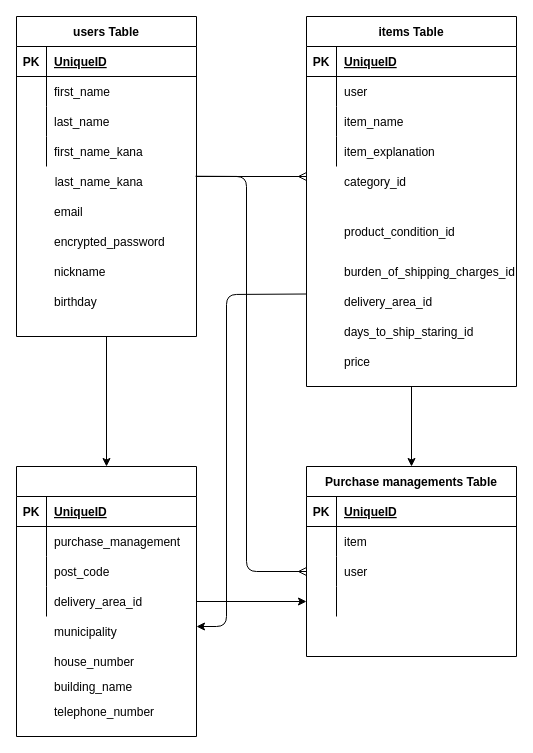
ManomeYuya/furima-37532 keeps this draw.io diagram as furima.dio. Above is the earlier version. Source tidied: cells renumbered, new cells numbered last; positions are measured from the earlier drawing's top-left corner, leaving out a move shared by most shapes. Both pictures are drawn from the tidied source at 100%, with x=0, y=0 at pixel (16, 16).
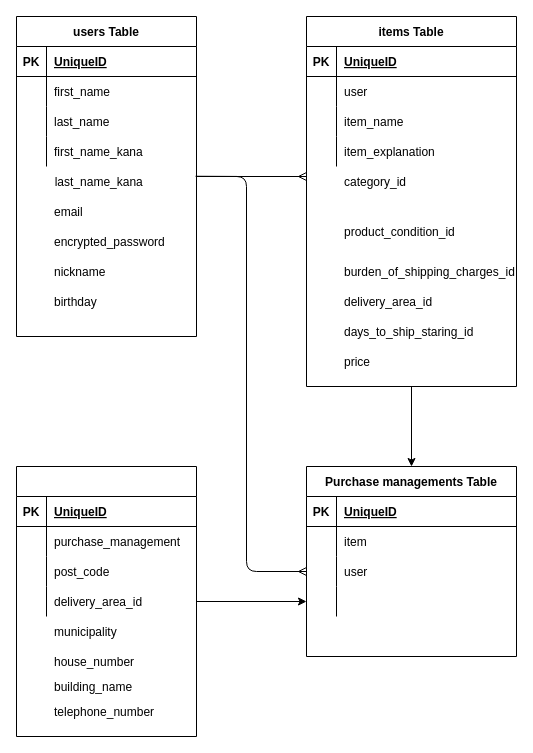
Above is the later version.

Unchanged cells that the change refers to:
```xml
<mxCell id="4" value="users Table" style="shape=table;startSize=30;childLayout=tableLayout;rowLines=0;fontStyle=1;align=center;" parent="1" vertex="1">
  <mxGeometry width="180" height="320" as="geometry" />
</mxCell>
<mxCell id="21" value="items Table" style="shape=table;startSize=30;childLayout=tableLayout;rowLines=0;fontStyle=1;align=center;" parent="1" vertex="1">
  <mxGeometry x="290" width="210" height="370" as="geometry" />
</mxCell>
<mxCell id="50" value="addresses Table" style="shape=table;startSize=30;childLayout=tableLayout;rowLines=0;fontStyle=1;align=center;fontColor=#FFFFFF;" parent="1" vertex="1">
  <mxGeometry y="450" width="180" height="270" as="geometry" />
</mxCell>
```

Change to the diagram source:
```diff
@@
-    <mxCell id="3" style="edgeStyle=none;html=1;exitX=0.5;exitY=1;exitDx=0;exitDy=0;" parent="1" edge="1" source="4" target="50">
-      <mxGeometry relative="1" as="geometry" />
-    </mxCell>
@@
-    <mxCell id="20" style="edgeStyle=none;html=1;exitX=0;exitY=0.75;exitDx=0;exitDy=0;" parent="1" edge="1" source="21">
-      <mxGeometry relative="1" as="geometry">
-        <mxPoint x="180" y="610" as="targetPoint" />
-        <Array as="points">
-          <mxPoint x="210" y="278" />
-          <mxPoint x="210" y="610" />
-        </Array>
-      </mxGeometry>
-    </mxCell>
```
